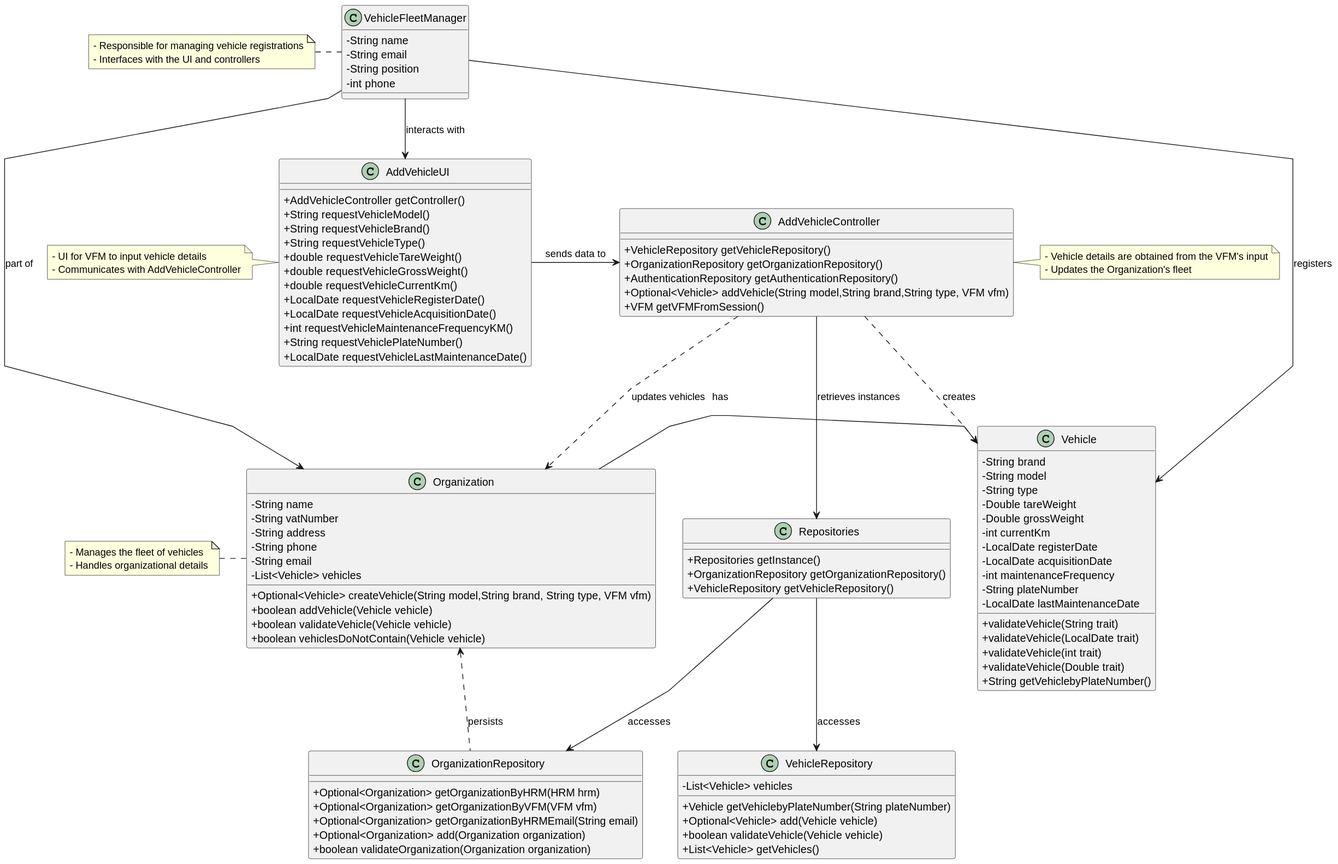
Earlier version of the PlantUML export docs/sprint3/us006/03.design/svg/us006-class-diagram.svg (tiagosoa/lei-24-s2-1dgh-g073). Its diagram source:
```plantuml
@startuml
skinparam packageStyle rectangle
skinparam shadowing false
skinparam linetype polyline
skinparam classAttributeIconSize 0

class VehicleFleetManager {
  - String name
  - String email
  - String position
  - int phone
}

class Vehicle {
  - String brand
  - String model
  - String type
  - Double tareWeight
  - Double grossWeight
  - int currentKm
  - LocalDate registerDate
  - LocalDate acquisitionDate
  - int maintenanceFrequency
  - String plateNumber
  - LocalDate lastMaintenanceDate
  + validateVehicle(String trait)
  + validateVehicle(LocalDate trait)
  + validateVehicle(int trait)
  + validateVehicle(Double trait)
  + String getVehiclebyPlateNumber()
}


class Organization {
  - String name
  - String vatNumber
  - String address
  - String phone
  - String email
  - List<Vehicle> vehicles
  + Optional<Vehicle> createVehicle(String model,String brand, String type, VFM vfm)
  + boolean addVehicle(Vehicle vehicle)
  + boolean validateVehicle(Vehicle vehicle)
  + boolean vehiclesDoNotContain(Vehicle vehicle)
}

class OrganizationRepository {
  + Optional<Organization> getOrganizationByHRM(HRM hrm)
  + Optional<Organization> getOrganizationByVFM(VFM vfm)
  + Optional<Organization> getOrganizationByHRMEmail(String email)
  + Optional<Organization> add(Organization organization)
  + boolean validateOrganization(Organization organization)
}

class Repositories {
  + Repositories getInstance()
  + OrganizationRepository getOrganizationRepository()
  + VehicleRepository getVehicleRepository()
}

class AddVehicleController {
  + VehicleRepository getVehicleRepository()
  + OrganizationRepository getOrganizationRepository()
  + AuthenticationRepository getAuthenticationRepository()
  + Optional<Vehicle> addVehicle(String model,String brand,String type, VFM vfm)
  + VFM getVFMFromSession()
}

class AddVehicleUI {
  + AddVehicleController getController()
  + String requestVehicleModel()
  + String requestVehicleBrand()
  + String requestVehicleType()
  + double requestVehicleTareWeight()
  + double requestVehicleGrossWeight()
  + double requestVehicleCurrentKm()
  + LocalDate requestVehicleRegisterDate()
  + LocalDate requestVehicleAcquisitionDate()
  + int requestVehicleMaintenanceFrequencyKM()
  + String requestVehiclePlateNumber()
  + LocalDate requestVehicleLastMaintenanceDate()
}

class VehicleRepository {
  - List<Vehicle> vehicles
  + Vehicle getVehiclebyPlateNumber(String plateNumber)
  + Optional<Vehicle> add(Vehicle vehicle)
  + boolean validateVehicle(Vehicle vehicle)
  + List<Vehicle> getVehicles()
}

note right of AddVehicleController
  - Vehicle details are obtained from the VFM's input
  - Updates the Organization's fleet
end note

note left of AddVehicleUI
  - UI for VFM to input vehicle details
  - Communicates with AddVehicleController
end note

note left of Organization
  - Manages the fleet of vehicles
  - Handles organizational details
end note

note left of VehicleFleetManager
  - Responsible for managing vehicle registrations
  - Interfaces with the UI and controllers
end note

VehicleFleetManager -down-> AddVehicleUI : interacts with
AddVehicleUI -right-> AddVehicleController : sends data to
AddVehicleController -down-> Repositories : retrieves instances
Repositories -down-> OrganizationRepository : accesses
Organization -right-> Vehicle : has
OrganizationRepository .left.> Organization : persists
Repositories -down-> VehicleRepository : accesses

VehicleFleetManager -down-> Organization : part of
VehicleFleetManager -down-> Vehicle : registers

AddVehicleController ..> Vehicle : creates
AddVehicleController ..> Organization : updates vehicles
@enduml
```
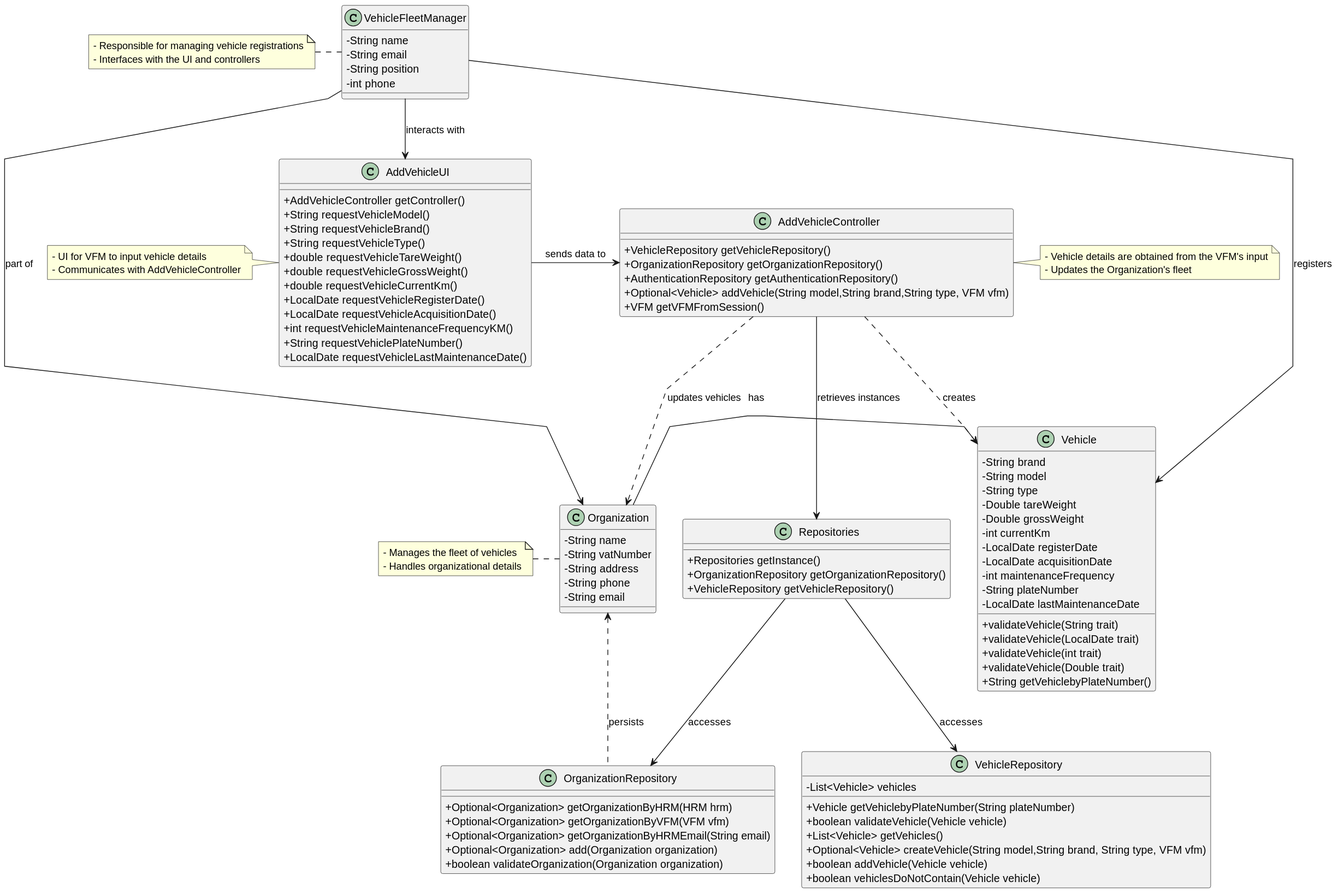
The same file after the commit.

Change to the diagram source:
```diff
@@ -37,11 +37,6 @@
   - String address
   - String phone
   - String email
-  - List<Vehicle> vehicles
-  + Optional<Vehicle> createVehicle(String model,String brand, String type, VFM vfm)
-  + boolean addVehicle(Vehicle vehicle)
-  + boolean validateVehicle(Vehicle vehicle)
-  + boolean vehiclesDoNotContain(Vehicle vehicle)
 }
 
 class OrganizationRepository {
@@ -84,9 +79,11 @@
 class VehicleRepository {
   - List<Vehicle> vehicles
   + Vehicle getVehiclebyPlateNumber(String plateNumber)
-  + Optional<Vehicle> add(Vehicle vehicle)
   + boolean validateVehicle(Vehicle vehicle)
   + List<Vehicle> getVehicles()
+  + Optional<Vehicle> createVehicle(String model,String brand, String type, VFM vfm)
+  + boolean addVehicle(Vehicle vehicle)
+  + boolean vehiclesDoNotContain(Vehicle vehicle)
 }
 
 note right of AddVehicleController
```
